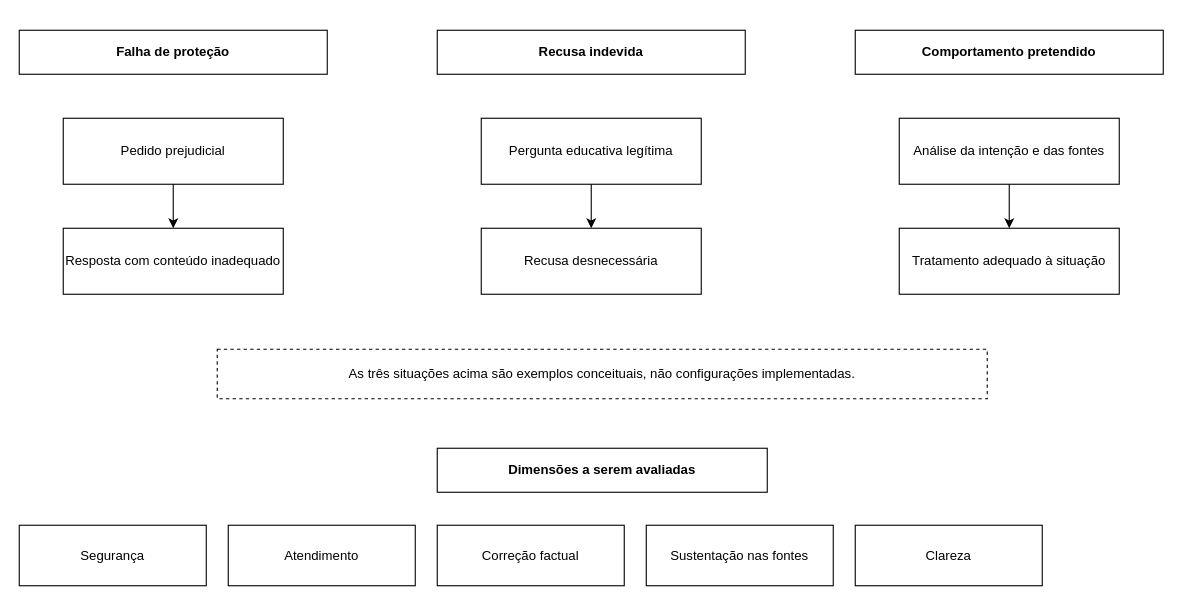
Before: diagramas/drawio/01_Problema_de_pesquisa.drawio in devfellsp/TCC-GUARDRAILS-FOR-CHILDREN-, a draw.io diagram. Source tidied: cells renumbered, new cells numbered last; positions are measured from the earlier drawing's top-left corner, leaving out a move shared by most shapes. Both pictures are drawn from the tidied source at 110%, with x=0, y=0 at pixel (19, 30).
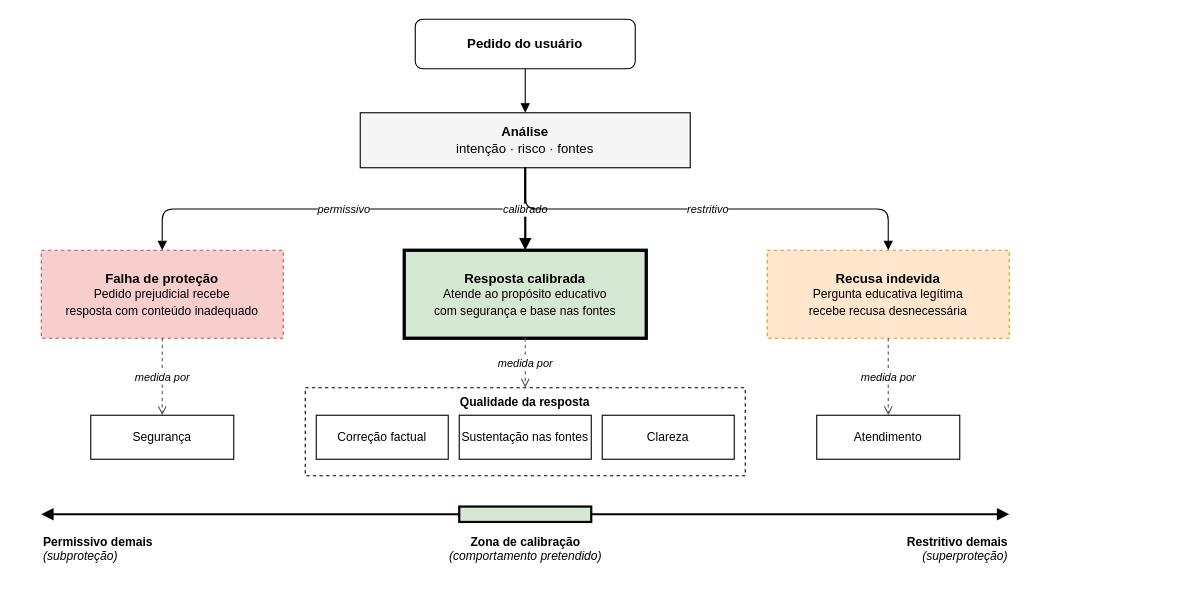
After the change.

The edit, as a diff of the source:
```diff
@@
-    <mxCell id="2" value="Falha de proteção" style="rounded=0;whiteSpace=wrap;html=1;fontFamily=Arial;fontStyle=1;strokeColor=#000000;fillColor=#FFFFFF;shadow=0;" parent="1" vertex="1">
-      <mxGeometry width="280" height="40" as="geometry" />
-    </mxCell>
-    <mxCell id="3" value="Recusa indevida" style="rounded=0;whiteSpace=wrap;html=1;fontFamily=Arial;fontStyle=1;strokeColor=#000000;fillColor=#FFFFFF;shadow=0;" parent="1" vertex="1">
-      <mxGeometry x="380" width="280" height="40" as="geometry" />
-    </mxCell>
-    <mxCell id="4" value="Comportamento pretendido" style="rounded=0;whiteSpace=wrap;html=1;fontFamily=Arial;fontStyle=1;strokeColor=#000000;fillColor=#FFFFFF;shadow=0;" parent="1" vertex="1">
-      <mxGeometry x="760" width="280" height="40" as="geometry" />
-    </mxCell>
-    <mxCell id="5" value="Pedido prejudicial" style="rounded=0;whiteSpace=wrap;html=1;fontFamily=Arial;strokeColor=#000000;fillColor=#FFFFFF;shadow=0;" parent="1" vertex="1">
-      <mxGeometry x="40" y="80" width="200" height="60" as="geometry" />
-    </mxCell>
-    <mxCell id="6" value="Resposta com conteúdo inadequado" style="rounded=0;whiteSpace=wrap;html=1;fontFamily=Arial;strokeColor=#000000;fillColor=#FFFFFF;shadow=0;" parent="1" vertex="1">
-      <mxGeometry x="40" y="180" width="200" height="60" as="geometry" />
-    </mxCell>
-    <mxCell id="7" value="Pergunta educativa legítima" style="rounded=0;whiteSpace=wrap;html=1;fontFamily=Arial;strokeColor=#000000;fillColor=#FFFFFF;shadow=0;" parent="1" vertex="1">
-      <mxGeometry x="420" y="80" width="200" height="60" as="geometry" />
-    </mxCell>
-    <mxCell id="8" value="Recusa desnecessária" style="rounded=0;whiteSpace=wrap;html=1;fontFamily=Arial;strokeColor=#000000;fillColor=#FFFFFF;shadow=0;" parent="1" vertex="1">
-      <mxGeometry x="420" y="180" width="200" height="60" as="geometry" />
-    </mxCell>
-    <mxCell id="9" value="Análise da intenção e das fontes" style="rounded=0;whiteSpace=wrap;html=1;fontFamily=Arial;strokeColor=#000000;fillColor=#FFFFFF;shadow=0;" parent="1" vertex="1">
-      <mxGeometry x="800" y="80" width="200" height="60" as="geometry" />
-    </mxCell>
-    <mxCell id="10" value="Tratamento adequado à situação" style="rounded=0;whiteSpace=wrap;html=1;fontFamily=Arial;strokeColor=#000000;fillColor=#FFFFFF;shadow=0;" parent="1" vertex="1">
-      <mxGeometry x="800" y="180" width="200" height="60" as="geometry" />
-    </mxCell>
-    <mxCell id="11" style="edgeStyle=orthogonalEdgeStyle;rounded=0;html=1;strokeColor=#000000;endArrow=classic;shadow=0;startArrow=none;exitX=0.5;exitY=1;entryX=0.5;entryY=0;" parent="1" edge="1" source="5" target="6">
-      <mxGeometry relative="1" as="geometry" />
-    </mxCell>
-    <mxCell id="12" style="edgeStyle=orthogonalEdgeStyle;rounded=0;html=1;strokeColor=#000000;endArrow=classic;shadow=0;startArrow=none;exitX=0.5;exitY=1;entryX=0.5;entryY=0;" parent="1" edge="1" source="7" target="8">
-      <mxGeometry relative="1" as="geometry" />
-    </mxCell>
-    <mxCell id="13" style="edgeStyle=orthogonalEdgeStyle;rounded=0;html=1;strokeColor=#000000;endArrow=classic;shadow=0;startArrow=none;exitX=0.5;exitY=1;entryX=0.5;entryY=0;" parent="1" edge="1" source="9" target="10">
-      <mxGeometry relative="1" as="geometry" />
-    </mxCell>
-    <mxCell id="14" value="As três situações acima são exemplos conceituais, não configurações implementadas." style="rounded=0;whiteSpace=wrap;html=1;fontFamily=Arial;dashed=1;strokeColor=#000000;fillColor=#FFFFFF;shadow=0;" parent="1" vertex="1">
-      <mxGeometry x="180" y="290" width="700" height="45" as="geometry" />
-    </mxCell>
-    <mxCell id="15" value="Dimensões a serem avaliadas" style="rounded=0;whiteSpace=wrap;html=1;fontFamily=Arial;fontStyle=1;strokeColor=#000000;fillColor=#FFFFFF;shadow=0;" parent="1" vertex="1">
-      <mxGeometry x="380" y="380" width="300" height="40" as="geometry" />
-    </mxCell>
+    <mxCell id="21" value="&lt;b&gt;Pedido do usuário&lt;/b&gt;" style="rounded=1;whiteSpace=wrap;html=1;fontFamily=Helvetica;fontSize=12;fillColor=#FFFFFF;strokeColor=#000000;" parent="1" vertex="1">
+      <mxGeometry x="360" y="-10" width="200" height="45" as="geometry" />
+    </mxCell>
+    <mxCell id="22" value="&lt;b&gt;Análise&lt;/b&gt;&lt;br&gt;intenção · risco · fontes" style="rounded=0;whiteSpace=wrap;html=1;fontFamily=Helvetica;fontSize=12;fillColor=#F5F5F5;strokeColor=#000000;" parent="1" vertex="1">
+      <mxGeometry x="310" y="75" width="300" height="50" as="geometry" />
+    </mxCell>
+    <mxCell id="23" value="&lt;b&gt;Falha de proteção&lt;/b&gt;&lt;br&gt;&lt;font style=&quot;font-size:11px&quot;&gt;Pedido prejudicial recebe&lt;br&gt;resposta com conteúdo inadequado&lt;/font&gt;" style="rounded=0;whiteSpace=wrap;html=1;fontFamily=Helvetica;fontSize=12;fillColor=#F8CECC;strokeColor=#B85450;dashed=1;" parent="1" vertex="1">
+      <mxGeometry x="20" y="200" width="220" height="80" as="geometry" />
+    </mxCell>
+    <mxCell id="24" value="&lt;b&gt;Resposta calibrada&lt;/b&gt;&lt;br&gt;&lt;font style=&quot;font-size:11px&quot;&gt;Atende ao propósito educativo&lt;br&gt;com segurança e base nas fontes&lt;/font&gt;" style="rounded=0;whiteSpace=wrap;html=1;fontFamily=Helvetica;fontSize=12;fillColor=#D5E8D4;strokeColor=#000000;strokeWidth=3;" parent="1" vertex="1">
+      <mxGeometry x="350" y="200" width="220" height="80" as="geometry" />
+    </mxCell>
+    <mxCell id="25" value="&lt;b&gt;Recusa indevida&lt;/b&gt;&lt;br&gt;&lt;font style=&quot;font-size:11px&quot;&gt;Pergunta educativa legítima&lt;br&gt;recebe recusa desnecessária&lt;/font&gt;" style="rounded=0;whiteSpace=wrap;html=1;fontFamily=Helvetica;fontSize=12;fillColor=#FFE6CC;strokeColor=#D79B00;dashed=1;" parent="1" vertex="1">
+      <mxGeometry x="680" y="200" width="220" height="80" as="geometry" />
+    </mxCell>
+    <mxCell id="26" style="edgeStyle=orthogonalEdgeStyle;html=1;endArrow=block;endFill=1;strokeColor=#000000;" parent="1" edge="1" source="21" target="22">
+      <mxGeometry relative="1" as="geometry" />
+    </mxCell>
+    <mxCell id="27" value="permissivo" style="edgeStyle=orthogonalEdgeStyle;html=1;endArrow=block;endFill=1;strokeColor=#000000;fontSize=10;fontStyle=2;exitX=0.5;exitY=1;entryX=0.5;entryY=0;" parent="1" edge="1" source="22" target="23">
+      <mxGeometry relative="1" as="geometry" />
+    </mxCell>
+    <mxCell id="28" value="calibrado" style="edgeStyle=orthogonalEdgeStyle;html=1;endArrow=block;endFill=1;strokeColor=#000000;strokeWidth=2;fontSize=10;fontStyle=2;exitX=0.5;exitY=1;entryX=0.5;entryY=0;" parent="1" edge="1" source="22" target="24">
+      <mxGeometry relative="1" as="geometry" />
+    </mxCell>
+    <mxCell id="29" value="restritivo" style="edgeStyle=orthogonalEdgeStyle;html=1;endArrow=block;endFill=1;strokeColor=#000000;fontSize=10;fontStyle=2;exitX=0.5;exitY=1;entryX=0.5;entryY=0;" parent="1" edge="1" source="22" target="25">
+      <mxGeometry relative="1" as="geometry" />
+    </mxCell>
-    <mxCell id="16" value="Segurança" style="rounded=0;whiteSpace=wrap;html=1;fontFamily=Arial;strokeColor=#000000;fillColor=#FFFFFF;shadow=0;" parent="1" vertex="1">
-      <mxGeometry y="450" width="170" height="55" as="geometry" />
+    <mxCell id="16" value="Segurança" style="rounded=0;whiteSpace=wrap;html=1;fontFamily=Helvetica;fontSize=11;fillColor=#FFFFFF;strokeColor=#000000;" parent="1" vertex="1">
+      <mxGeometry x="65" y="350" width="130" height="40" as="geometry" />
     </mxCell>
-    <mxCell id="17" value="Atendimento" style="rounded=0;whiteSpace=wrap;html=1;fontFamily=Arial;strokeColor=#000000;fillColor=#FFFFFF;shadow=0;" parent="1" vertex="1">
-      <mxGeometry x="190" y="450" width="170" height="55" as="geometry" />
-    </mxCell>
+    <mxCell id="30" value="&lt;b&gt;Qualidade da resposta&lt;/b&gt;" style="rounded=0;whiteSpace=wrap;html=1;fontFamily=Helvetica;fontSize=11;fillColor=none;strokeColor=#000000;dashed=1;verticalAlign=top;" parent="1" vertex="1">
+      <mxGeometry x="260" y="325" width="400" height="80" as="geometry" />
+    </mxCell>
-    <mxCell id="18" value="Correção factual" style="rounded=0;whiteSpace=wrap;html=1;fontFamily=Arial;strokeColor=#000000;fillColor=#FFFFFF;shadow=0;" parent="1" vertex="1">
-      <mxGeometry x="380" y="450" width="170" height="55" as="geometry" />
+    <mxCell id="18" value="Correção factual" style="rounded=0;whiteSpace=wrap;html=1;fontFamily=Helvetica;fontSize=11;fillColor=#FFFFFF;strokeColor=#000000;" parent="1" vertex="1">
+      <mxGeometry x="270" y="350" width="120" height="40" as="geometry" />
     </mxCell>
-    <mxCell id="19" value="Sustentação nas fontes" style="rounded=0;whiteSpace=wrap;html=1;fontFamily=Arial;strokeColor=#000000;fillColor=#FFFFFF;shadow=0;" parent="1" vertex="1">
-      <mxGeometry x="570" y="450" width="170" height="55" as="geometry" />
+    <mxCell id="19" value="Sustentação nas fontes" style="rounded=0;whiteSpace=wrap;html=1;fontFamily=Helvetica;fontSize=11;fillColor=#FFFFFF;strokeColor=#000000;" parent="1" vertex="1">
+      <mxGeometry x="400" y="350" width="120" height="40" as="geometry" />
     </mxCell>
-    <mxCell id="20" value="Clareza" style="rounded=0;whiteSpace=wrap;html=1;fontFamily=Arial;strokeColor=#000000;fillColor=#FFFFFF;shadow=0;" parent="1" vertex="1">
-      <mxGeometry x="760" y="450" width="170" height="55" as="geometry" />
+    <mxCell id="20" value="Clareza" style="rounded=0;whiteSpace=wrap;html=1;fontFamily=Helvetica;fontSize=11;fillColor=#FFFFFF;strokeColor=#000000;" parent="1" vertex="1">
+      <mxGeometry x="530" y="350" width="120" height="40" as="geometry" />
     </mxCell>
+    <mxCell id="17" value="Atendimento" style="rounded=0;whiteSpace=wrap;html=1;fontFamily=Helvetica;fontSize=11;fillColor=#FFFFFF;strokeColor=#000000;" parent="1" vertex="1">
+      <mxGeometry x="725" y="350" width="130" height="40" as="geometry" />
+    </mxCell>
+    <mxCell id="31" value="medida por" style="html=1;endArrow=open;dashed=1;strokeColor=#555555;fontSize=10;fontStyle=2;labelBackgroundColor=#FFFFFF;" parent="1" edge="1" source="23" target="16">
+      <mxGeometry relative="1" as="geometry" />
+    </mxCell>
+    <mxCell id="32" value="medida por" style="html=1;endArrow=open;dashed=1;strokeColor=#555555;fontSize=10;fontStyle=2;labelBackgroundColor=#FFFFFF;" parent="1" edge="1" source="24" target="30">
+      <mxGeometry relative="1" as="geometry" />
+    </mxCell>
+    <mxCell id="33" value="medida por" style="html=1;endArrow=open;dashed=1;strokeColor=#555555;fontSize=10;fontStyle=2;labelBackgroundColor=#FFFFFF;" parent="1" edge="1" source="25" target="17">
+      <mxGeometry relative="1" as="geometry" />
+    </mxCell>
+    <mxCell id="34" style="html=1;startArrow=block;startFill=1;endArrow=block;endFill=1;strokeWidth=2;strokeColor=#000000;" parent="1" edge="1">
+      <mxGeometry relative="1" as="geometry">
+        <mxPoint x="20" y="440" as="sourcePoint" />
+        <mxPoint x="900" y="440" as="targetPoint" />
+      </mxGeometry>
+    </mxCell>
+    <mxCell id="35" style="rounded=0;whiteSpace=wrap;html=1;fillColor=#D5E8D4;strokeColor=#000000;strokeWidth=2;" parent="1" vertex="1">
+      <mxGeometry x="400" y="433" width="120" height="14" as="geometry" />
+    </mxCell>
+    <mxCell id="36" value="&lt;b&gt;Permissivo demais&lt;/b&gt;&lt;br&gt;&lt;i&gt;(subproteção)&lt;/i&gt;" style="text;html=1;align=left;verticalAlign=top;fontFamily=Helvetica;fontSize=11;" parent="1" vertex="1">
+      <mxGeometry x="20" y="452" width="200" height="40" as="geometry" />
+    </mxCell>
+    <mxCell id="37" value="&lt;b&gt;Zona de calibração&lt;/b&gt;&lt;br&gt;&lt;i&gt;(comportamento pretendido)&lt;/i&gt;" style="text;html=1;align=center;verticalAlign=top;fontFamily=Helvetica;fontSize=11;" parent="1" vertex="1">
+      <mxGeometry x="340" y="452" width="240" height="40" as="geometry" />
+    </mxCell>
+    <mxCell id="38" value="&lt;b&gt;Restritivo demais&lt;/b&gt;&lt;br&gt;&lt;i&gt;(superproteção)&lt;/i&gt;" style="text;html=1;align=right;verticalAlign=top;fontFamily=Helvetica;fontSize=11;" parent="1" vertex="1">
+      <mxGeometry x="700" y="452" width="200" height="40" as="geometry" />
+    </mxCell>
```
